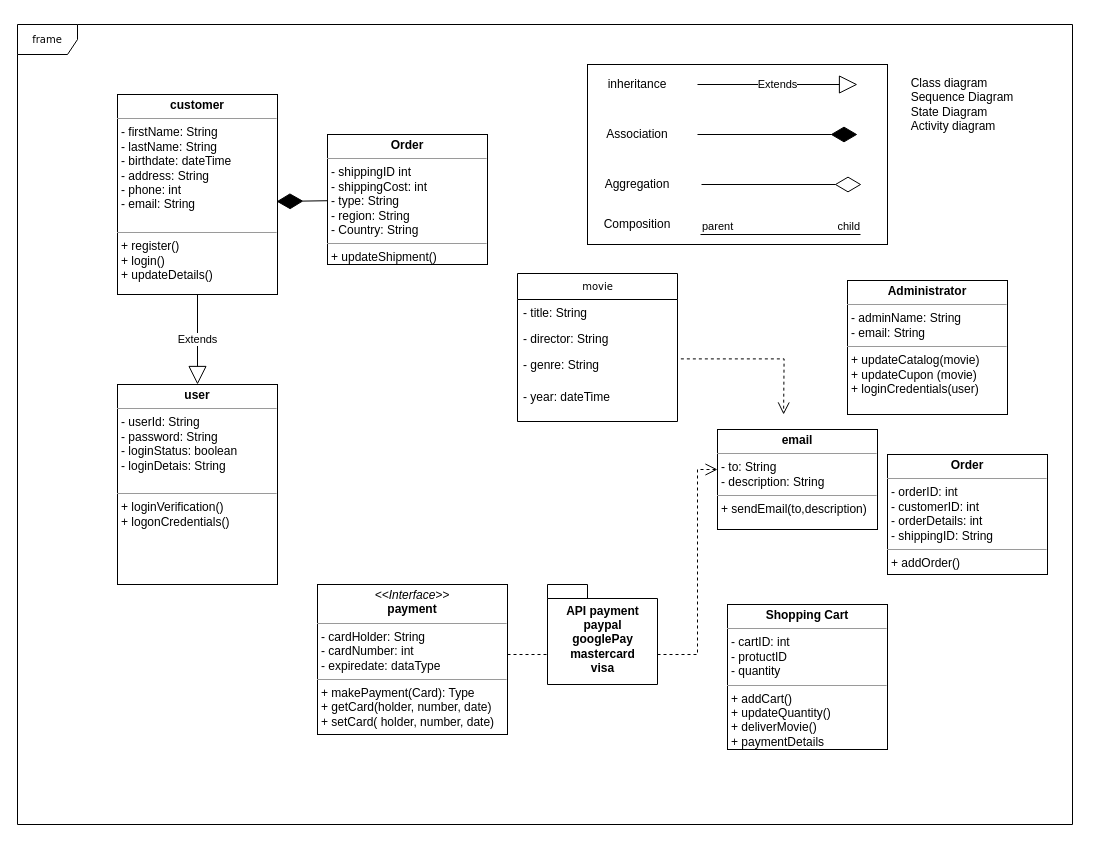
marioBdev/Default-Software-Diagrams keeps this draw.io diagram as page "Class Diagram Design" (5 of 5) of Default Diagrams.drawio. Above is the earlier version. Source tidied: cells renumbered, new cells numbered last; positions are measured from the earlier drawing's top-left corner, leaving out a move shared by most shapes. Both pictures are drawn from the tidied source at 100%, with x=0, y=0 at pixel (17, 24).
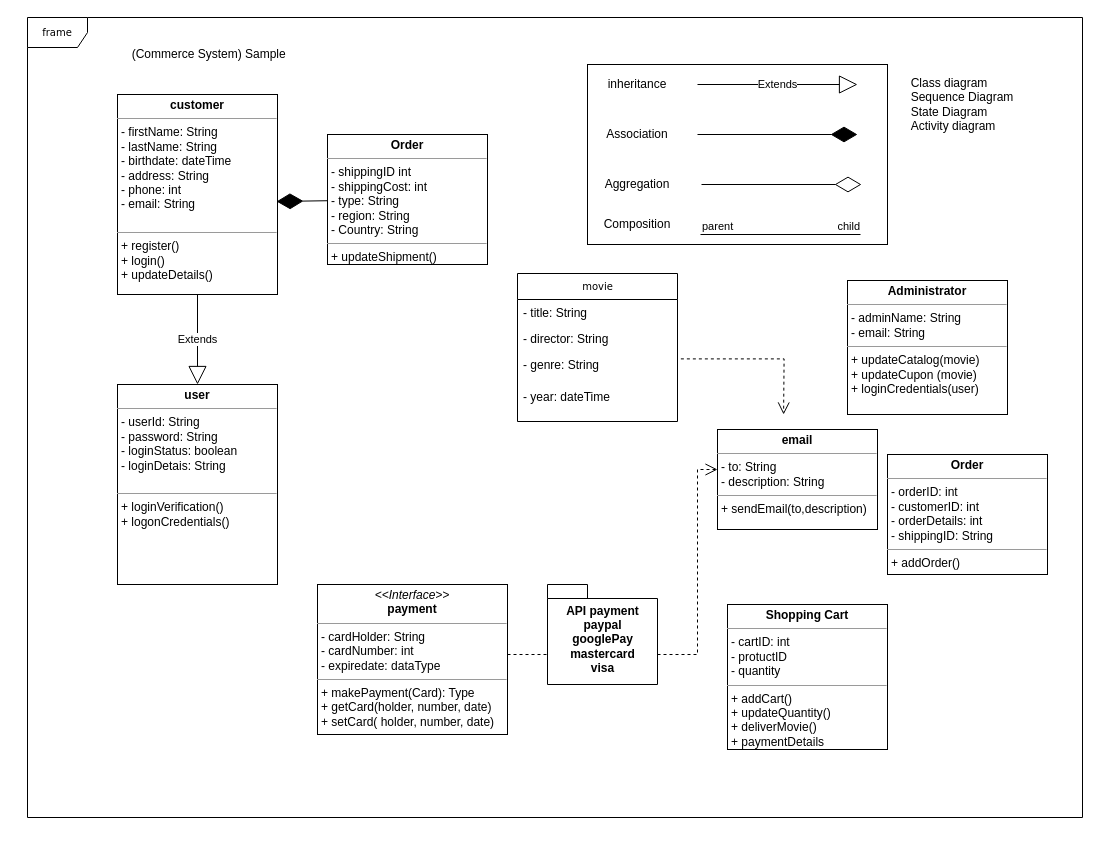
The same diagram, later.

Diff of the diagram source:
```diff
@@
     <mxCell id="3" value="frame" style="shape=umlFrame;whiteSpace=wrap;html=1;rounded=0;shadow=0;comic=0;labelBackgroundColor=none;strokeWidth=1;fontFamily=Verdana;fontSize=10;align=center;" parent="1" vertex="1">
-      <mxGeometry width="1055" height="800" as="geometry" />
+      <mxGeometry x="10" y="-7" width="1055" height="800" as="geometry" />
     </mxCell>
@@
+    <mxCell id="33" value="&amp;nbsp;(Commerce System) Sample" style="text;html=1;strokeColor=none;fillColor=none;align=center;verticalAlign=middle;whiteSpace=wrap;rounded=0;" parent="1" vertex="1">
+      <mxGeometry x="80" y="20" width="220" height="20" as="geometry" />
+    </mxCell>
```
